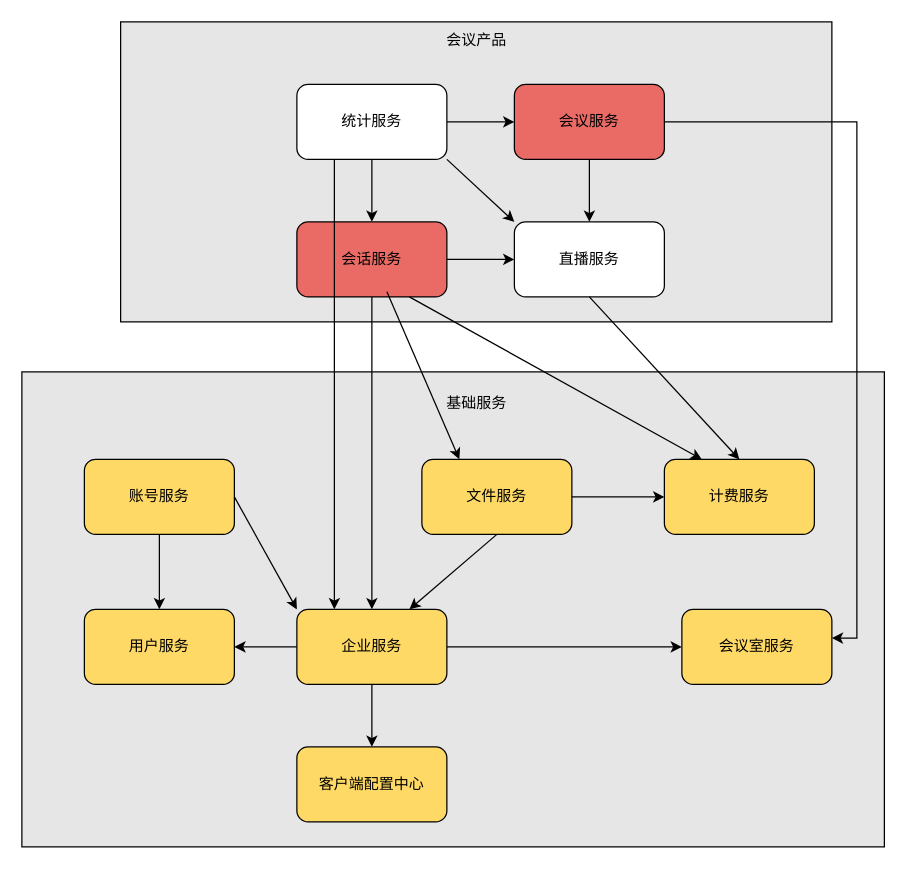
This is 私有化业务架构演进.drawio from herozzn/draw, a draw.io file, before an edit. Source tidied: cells renumbered, new cells numbered last; positions are measured from the earlier drawing's top-left corner, leaving out a move shared by most shapes. Both pictures are drawn from the tidied source at 125%, with x=0, y=0 at pixel (21, 21).
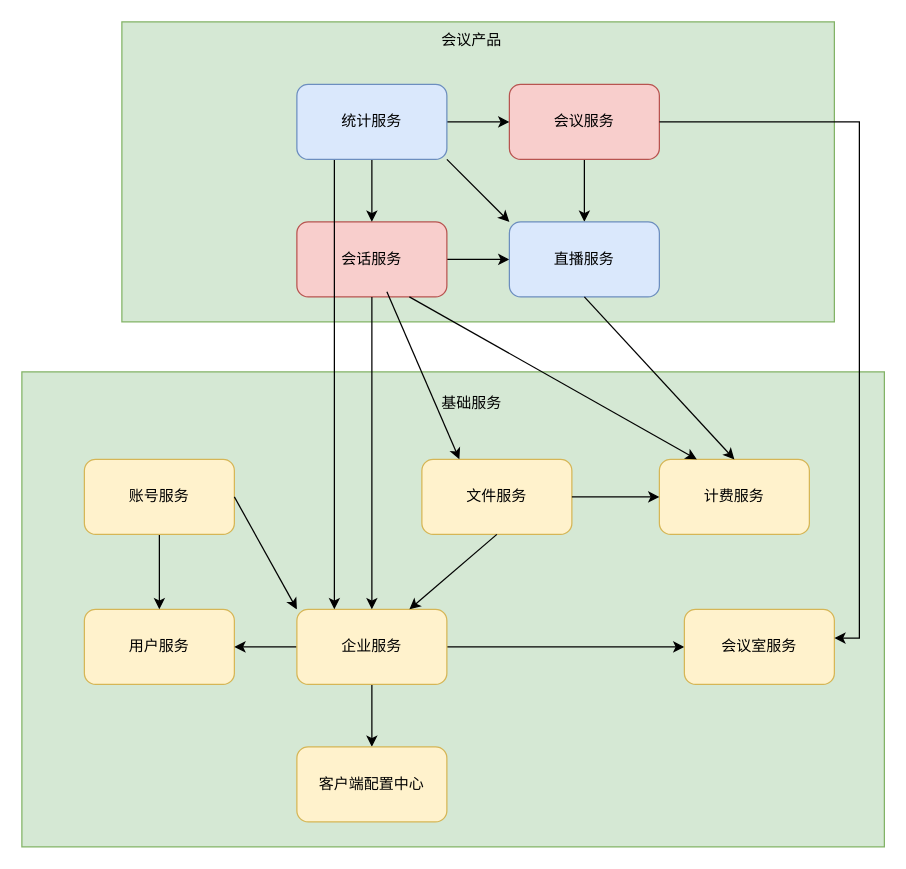
Above is the later version.

Commit message:
更新私有化业务架构演进.drawio

What changed in the source:
```diff
@@
-    <mxCell id="2" style="rounded=0;whiteSpace=wrap;html=1;fillColor=#E6E6E6;" parent="1" vertex="1">
+    <mxCell id="2" style="rounded=0;whiteSpace=wrap;html=1;fillColor=#d5e8d4;shadow=0;strokeColor=#82b366;" parent="1" vertex="1">
       <mxGeometry y="280" width="690" height="380" as="geometry" />
     </mxCell>
-    <mxCell id="3" value="基础服务" style="text;html=1;align=center;verticalAlign=middle;whiteSpace=wrap;rounded=0;" parent="1" vertex="1">
-      <mxGeometry x="334" y="290" width="60" height="30" as="geometry" />
+    <mxCell id="3" value="基础服务" style="text;html=1;align=center;verticalAlign=middle;whiteSpace=wrap;rounded=0;shadow=0;" parent="1" vertex="1">
+      <mxGeometry x="330" y="290" width="60" height="30" as="geometry" />
     </mxCell>
-    <mxCell id="4" value="用户服务" style="rounded=1;whiteSpace=wrap;html=1;fillColor=#FFD966;" parent="1" vertex="1">
+    <mxCell id="4" value="用户服务" style="rounded=1;whiteSpace=wrap;html=1;fillColor=#fff2cc;shadow=0;strokeColor=#d6b656;" parent="1" vertex="1">
       <mxGeometry x="50" y="470" width="120" height="60" as="geometry" />
     </mxCell>
-    <mxCell id="5" style="edgeStyle=orthogonalEdgeStyle;rounded=0;jettySize=auto;html=1;" parent="1" edge="1" source="8" target="4">
+    <mxCell id="5" style="edgeStyle=orthogonalEdgeStyle;rounded=0;jettySize=auto;html=1;shadow=0;" parent="1" edge="1" source="8" target="4">
       <mxGeometry relative="1" as="geometry" />
     </mxCell>
-    <mxCell id="6" style="edgeStyle=orthogonalEdgeStyle;rounded=0;jettySize=auto;html=1;exitX=1;exitY=0.5;exitDx=0;exitDy=0;entryX=0;entryY=0.5;entryDx=0;entryDy=0;" parent="1" edge="1" source="8" target="32">
+    <mxCell id="6" style="edgeStyle=orthogonalEdgeStyle;rounded=0;jettySize=auto;html=1;exitX=1;exitY=0.5;exitDx=0;exitDy=0;entryX=0;entryY=0.5;entryDx=0;entryDy=0;shadow=0;" parent="1" edge="1" source="8" target="32">
       <mxGeometry relative="1" as="geometry" />
     </mxCell>
-    <mxCell id="7" style="edgeStyle=orthogonalEdgeStyle;rounded=0;jettySize=auto;html=1;" parent="1" edge="1" source="8" target="34">
+    <mxCell id="7" style="edgeStyle=orthogonalEdgeStyle;rounded=0;jettySize=auto;html=1;shadow=0;" parent="1" edge="1" source="8" target="34">
       <mxGeometry relative="1" as="geometry" />
     </mxCell>
-    <mxCell id="8" value="企业服务" style="rounded=1;whiteSpace=wrap;html=1;fillColor=#FFD966;" parent="1" vertex="1">
+    <mxCell id="8" value="企业服务" style="rounded=1;whiteSpace=wrap;html=1;fillColor=#fff2cc;shadow=0;strokeColor=#d6b656;" parent="1" vertex="1">
       <mxGeometry x="220" y="470" width="120" height="60" as="geometry" />
     </mxCell>
-    <mxCell id="9" style="edgeStyle=orthogonalEdgeStyle;rounded=0;jettySize=auto;html=1;" parent="1" edge="1" source="10" target="4">
+    <mxCell id="9" style="edgeStyle=orthogonalEdgeStyle;rounded=0;jettySize=auto;html=1;shadow=0;" parent="1" edge="1" source="10" target="4">
       <mxGeometry relative="1" as="geometry" />
     </mxCell>
-    <mxCell id="10" value="账号服务" style="rounded=1;whiteSpace=wrap;html=1;fillColor=#FFD966;" parent="1" vertex="1">
+    <mxCell id="10" value="账号服务" style="rounded=1;whiteSpace=wrap;html=1;fillColor=#fff2cc;shadow=0;strokeColor=#d6b656;" parent="1" vertex="1">
       <mxGeometry x="50" y="350" width="120" height="60" as="geometry" />
     </mxCell>
-    <mxCell id="11" value="文件服务" style="rounded=1;whiteSpace=wrap;html=1;fillColor=#FFD966;" parent="1" vertex="1">
+    <mxCell id="11" value="文件服务" style="rounded=1;whiteSpace=wrap;html=1;fillColor=#fff2cc;shadow=0;strokeColor=#d6b656;" parent="1" vertex="1">
       <mxGeometry x="320" y="350" width="120" height="60" as="geometry" />
     </mxCell>
-    <mxCell id="12" value="计费服务" style="rounded=1;whiteSpace=wrap;html=1;fillColor=#FFD966;" parent="1" vertex="1">
-      <mxGeometry x="514" y="350" width="120" height="60" as="geometry" />
+    <mxCell id="12" value="计费服务" style="rounded=1;whiteSpace=wrap;html=1;fillColor=#fff2cc;shadow=0;strokeColor=#d6b656;" parent="1" vertex="1">
+      <mxGeometry x="510" y="350" width="120" height="60" as="geometry" />
     </mxCell>
-    <mxCell id="13" style="rounded=0;whiteSpace=wrap;html=1;fillColor=#E6E6E6;" parent="1" vertex="1">
-      <mxGeometry x="79" width="569" height="240" as="geometry" />
+    <mxCell id="13" style="rounded=0;whiteSpace=wrap;html=1;fillColor=#d5e8d4;shadow=0;strokeColor=#82b366;" parent="1" vertex="1">
+      <mxGeometry x="80" width="570" height="240" as="geometry" />
     </mxCell>
-    <mxCell id="14" value="会议产品" style="text;html=1;align=center;verticalAlign=middle;whiteSpace=wrap;rounded=0;" parent="1" vertex="1">
-      <mxGeometry x="334" width="60" height="30" as="geometry" />
+    <mxCell id="14" value="会议产品" style="text;html=1;align=center;verticalAlign=middle;whiteSpace=wrap;rounded=0;shadow=0;" parent="1" vertex="1">
+      <mxGeometry x="330" width="60" height="30" as="geometry" />
     </mxCell>
-    <mxCell id="15" style="edgeStyle=orthogonalEdgeStyle;rounded=0;jettySize=auto;html=1;" parent="1" edge="1" source="16" target="19">
+    <mxCell id="15" style="edgeStyle=orthogonalEdgeStyle;rounded=0;jettySize=auto;html=1;shadow=0;" parent="1" edge="1" source="16" target="19">
       <mxGeometry relative="1" as="geometry" />
     </mxCell>
-    <mxCell id="16" value="会议服务" style="rounded=1;whiteSpace=wrap;html=1;fillColor=#EA6B66;" parent="1" vertex="1">
-      <mxGeometry x="394" y="50" width="120" height="60" as="geometry" />
+    <mxCell id="16" value="会议服务" style="rounded=1;whiteSpace=wrap;html=1;fillColor=#f8cecc;shadow=0;strokeColor=#b85450;" parent="1" vertex="1">
+      <mxGeometry x="390" y="50" width="120" height="60" as="geometry" />
     </mxCell>
-    <mxCell id="17" style="edgeStyle=orthogonalEdgeStyle;rounded=0;jettySize=auto;html=1;" parent="1" edge="1" source="18" target="19">
+    <mxCell id="17" style="edgeStyle=orthogonalEdgeStyle;rounded=0;jettySize=auto;html=1;shadow=0;" parent="1" edge="1" source="18" target="19">
       <mxGeometry relative="1" as="geometry" />
     </mxCell>
-    <mxCell id="18" value="会话服务" style="rounded=1;whiteSpace=wrap;html=1;fillColor=#EA6B66;" parent="1" vertex="1">
+    <mxCell id="18" value="会话服务" style="rounded=1;whiteSpace=wrap;html=1;fillColor=#f8cecc;shadow=0;strokeColor=#b85450;" parent="1" vertex="1">
       <mxGeometry x="220" y="160" width="120" height="60" as="geometry" />
     </mxCell>
-    <mxCell id="19" value="直播服务" style="rounded=1;whiteSpace=wrap;html=1;" parent="1" vertex="1">
-      <mxGeometry x="394" y="160" width="120" height="60" as="geometry" />
+    <mxCell id="19" value="直播服务" style="rounded=1;whiteSpace=wrap;html=1;shadow=0;fillColor=#dae8fc;strokeColor=#6c8ebf;" parent="1" vertex="1">
+      <mxGeometry x="390" y="160" width="120" height="60" as="geometry" />
     </mxCell>
-    <mxCell id="20" style="edgeStyle=orthogonalEdgeStyle;rounded=0;jettySize=auto;html=1;" parent="1" edge="1" source="23" target="16">
+    <mxCell id="20" style="edgeStyle=orthogonalEdgeStyle;rounded=0;jettySize=auto;html=1;shadow=0;" parent="1" edge="1" source="23" target="16">
       <mxGeometry relative="1" as="geometry" />
     </mxCell>
-    <mxCell id="21" style="edgeStyle=orthogonalEdgeStyle;rounded=0;jettySize=auto;html=1;" parent="1" edge="1" source="23" target="18">
+    <mxCell id="21" style="edgeStyle=orthogonalEdgeStyle;rounded=0;jettySize=auto;html=1;shadow=0;" parent="1" edge="1" source="23" target="18">
       <mxGeometry relative="1" as="geometry" />
     </mxCell>
-    <mxCell id="22" style="rounded=0;jettySize=auto;html=1;exitX=0.25;exitY=1;exitDx=0;exitDy=0;entryX=0.25;entryY=0;entryDx=0;entryDy=0;" parent="1" edge="1" source="23" target="8">
+    <mxCell id="22" style="rounded=0;jettySize=auto;html=1;exitX=0.25;exitY=1;exitDx=0;exitDy=0;entryX=0.25;entryY=0;entryDx=0;entryDy=0;shadow=0;" parent="1" edge="1" source="23" target="8">
       <mxGeometry relative="1" as="geometry" />
     </mxCell>
-    <mxCell id="23" value="统计服务" style="rounded=1;whiteSpace=wrap;html=1;" parent="1" vertex="1">
+    <mxCell id="23" value="统计服务" style="rounded=1;whiteSpace=wrap;html=1;shadow=0;fillColor=#dae8fc;strokeColor=#6c8ebf;" parent="1" vertex="1">
       <mxGeometry x="220" y="50" width="120" height="60" as="geometry" />
     </mxCell>
-    <mxCell id="24" style="endArrow=classic;html=1;rounded=0;exitX=1;exitY=1;exitDx=0;exitDy=0;entryX=0;entryY=0;entryDx=0;entryDy=0;" parent="1" edge="1" source="23" target="19">
+    <mxCell id="24" style="endArrow=classic;html=1;rounded=0;exitX=1;exitY=1;exitDx=0;exitDy=0;entryX=0;entryY=0;entryDx=0;entryDy=0;shadow=0;" parent="1" edge="1" source="23" target="19">
       <mxGeometry relative="1" as="geometry" />
     </mxCell>
-    <mxCell id="25" style="endArrow=classic;html=1;rounded=0;exitX=0.5;exitY=1;exitDx=0;exitDy=0;entryX=0.5;entryY=0;entryDx=0;entryDy=0;" parent="1" edge="1" source="19" target="12">
+    <mxCell id="25" style="endArrow=classic;html=1;rounded=0;exitX=0.5;exitY=1;exitDx=0;exitDy=0;entryX=0.5;entryY=0;entryDx=0;entryDy=0;shadow=0;" parent="1" edge="1" source="19" target="12">
       <mxGeometry relative="1" as="geometry" />
     </mxCell>
-    <mxCell id="26" style="endArrow=classic;html=1;rounded=0;exitX=0.5;exitY=1;exitDx=0;exitDy=0;entryX=0.5;entryY=0;entryDx=0;entryDy=0;" parent="1" edge="1" source="18" target="8">
+    <mxCell id="26" style="endArrow=classic;html=1;rounded=0;exitX=0.5;exitY=1;exitDx=0;exitDy=0;entryX=0.5;entryY=0;entryDx=0;entryDy=0;shadow=0;" parent="1" edge="1" source="18" target="8">
       <mxGeometry relative="1" as="geometry" />
     </mxCell>
-    <mxCell id="27" style="endArrow=classic;html=1;rounded=0;exitX=0.75;exitY=1;exitDx=0;exitDy=0;entryX=0.25;entryY=0;entryDx=0;entryDy=0;" parent="1" edge="1" source="18" target="12">
+    <mxCell id="27" style="endArrow=classic;html=1;rounded=0;exitX=0.75;exitY=1;exitDx=0;exitDy=0;entryX=0.25;entryY=0;entryDx=0;entryDy=0;shadow=0;" parent="1" edge="1" source="18" target="12">
       <mxGeometry relative="1" as="geometry" />
     </mxCell>
-    <mxCell id="28" style="endArrow=classic;html=1;rounded=0;exitX=0.6;exitY=0.933;exitDx=0;exitDy=0;entryX=0.25;entryY=0;entryDx=0;entryDy=0;exitPerimeter=0;" parent="1" edge="1" source="18" target="11">
+    <mxCell id="28" style="endArrow=classic;html=1;rounded=0;exitX=0.6;exitY=0.933;exitDx=0;exitDy=0;entryX=0.25;entryY=0;entryDx=0;entryDy=0;exitPerimeter=0;shadow=0;" parent="1" edge="1" source="18" target="11">
       <mxGeometry relative="1" as="geometry" />
     </mxCell>
-    <mxCell id="29" style="endArrow=classic;html=1;rounded=0;exitX=1;exitY=0.5;exitDx=0;exitDy=0;entryX=0;entryY=0.5;entryDx=0;entryDy=0;" parent="1" edge="1" source="11" target="12">
+    <mxCell id="29" style="endArrow=classic;html=1;rounded=0;exitX=1;exitY=0.5;exitDx=0;exitDy=0;entryX=0;entryY=0.5;entryDx=0;entryDy=0;shadow=0;" parent="1" edge="1" source="11" target="12">
       <mxGeometry relative="1" as="geometry" />
     </mxCell>
-    <mxCell id="30" style="endArrow=classic;html=1;rounded=0;exitX=0.5;exitY=1;exitDx=0;exitDy=0;entryX=0.75;entryY=0;entryDx=0;entryDy=0;" parent="1" edge="1" source="11" target="8">
+    <mxCell id="30" style="endArrow=classic;html=1;rounded=0;exitX=0.5;exitY=1;exitDx=0;exitDy=0;entryX=0.75;entryY=0;entryDx=0;entryDy=0;shadow=0;" parent="1" edge="1" source="11" target="8">
       <mxGeometry relative="1" as="geometry" />
     </mxCell>
-    <mxCell id="31" style="endArrow=classic;html=1;rounded=0;exitX=1;exitY=0.5;exitDx=0;exitDy=0;entryX=0;entryY=0;entryDx=0;entryDy=0;" parent="1" edge="1" source="10" target="8">
+    <mxCell id="31" style="endArrow=classic;html=1;rounded=0;exitX=1;exitY=0.5;exitDx=0;exitDy=0;entryX=0;entryY=0;entryDx=0;entryDy=0;shadow=0;" parent="1" edge="1" source="10" target="8">
       <mxGeometry relative="1" as="geometry" />
     </mxCell>
-    <mxCell id="32" value="会议室服务" style="rounded=1;whiteSpace=wrap;html=1;fillColor=#FFD966;" parent="1" vertex="1">
-      <mxGeometry x="528" y="470" width="120" height="60" as="geometry" />
+    <mxCell id="32" value="会议室服务" style="rounded=1;whiteSpace=wrap;html=1;fillColor=#fff2cc;shadow=0;strokeColor=#d6b656;" parent="1" vertex="1">
+      <mxGeometry x="530" y="470" width="120" height="60" as="geometry" />
     </mxCell>
-    <mxCell id="33" style="edgeStyle=orthogonalEdgeStyle;rounded=0;jettySize=auto;html=1;entryX=1;entryY=0.383;entryDx=0;entryDy=0;entryPerimeter=0;" parent="1" edge="1" source="16" target="32">
+    <mxCell id="33" style="edgeStyle=orthogonalEdgeStyle;rounded=0;jettySize=auto;html=1;entryX=1;entryY=0.383;entryDx=0;entryDy=0;entryPerimeter=0;shadow=0;" parent="1" edge="1" source="16" target="32">
       <mxGeometry relative="1" as="geometry" />
     </mxCell>
-    <mxCell id="34" value="客户端配置中心" style="rounded=1;whiteSpace=wrap;html=1;fillColor=#FFD966;" parent="1" vertex="1">
+    <mxCell id="34" value="客户端配置中心" style="rounded=1;whiteSpace=wrap;html=1;fillColor=#fff2cc;shadow=0;strokeColor=#d6b656;" parent="1" vertex="1">
       <mxGeometry x="220" y="580" width="120" height="60" as="geometry" />
     </mxCell>
```
